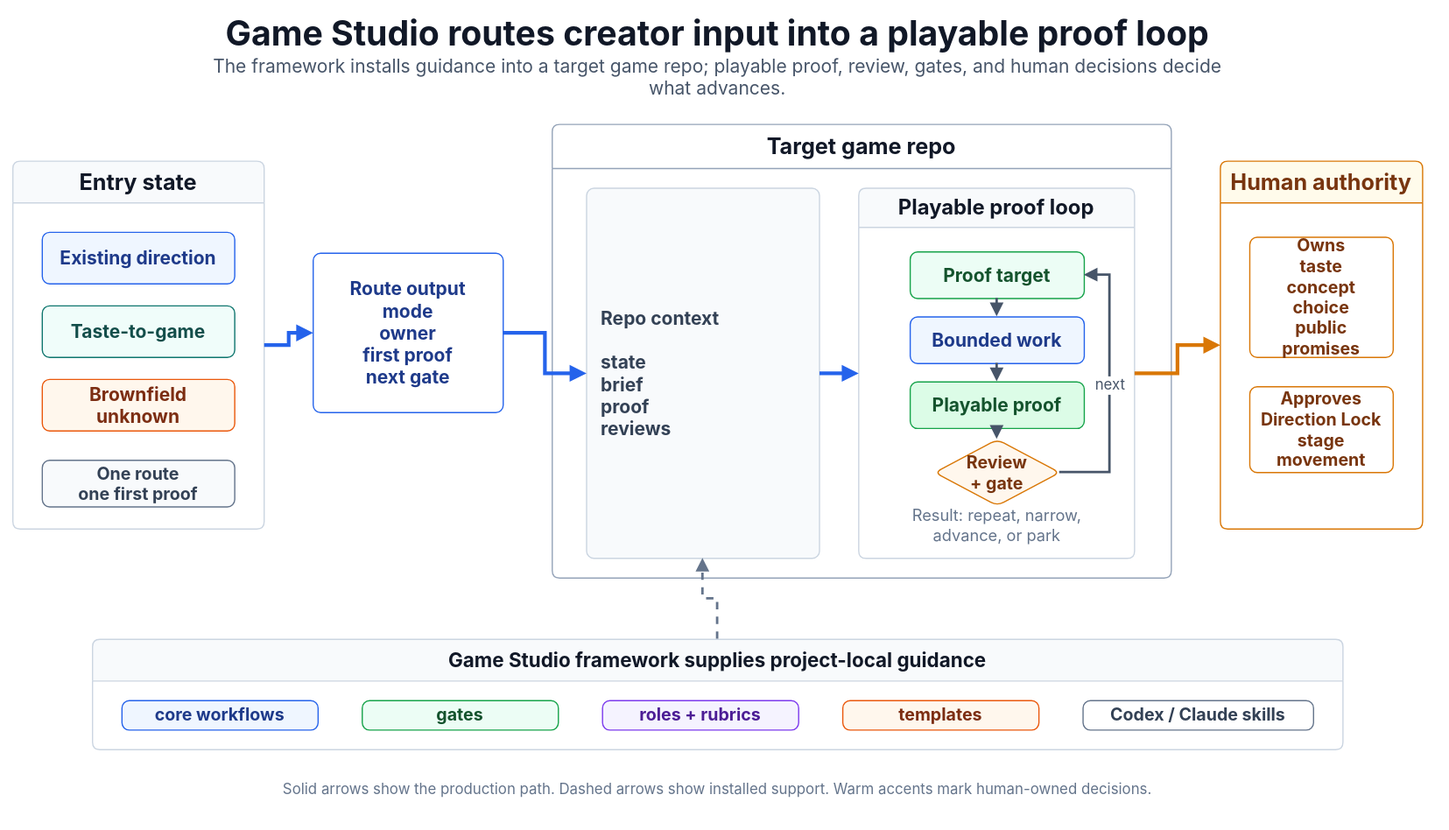
Before: docs/assets/game-studio-system-map.drawio.svg, a diagram exported from draw.io (gigio1023/game-studio). Source tidied: cells renumbered, new cells last; positions are measured from the earlier drawing's top-left corner, leaving out a move shared by most shapes.
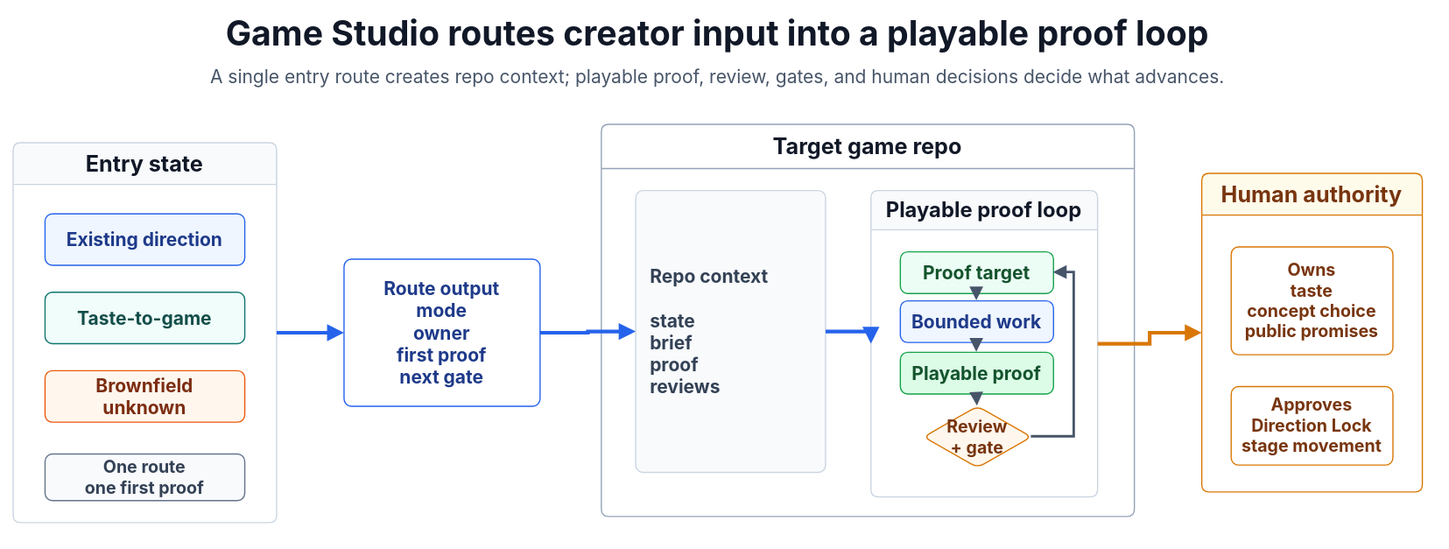
After the change.

Commit message:
docs: clean up system map routing

The edit, as a diff of the source:
```diff
@@ -5,112 +5,85 @@
     <mxCell id="2" value="Game Studio routes creator input into a playable proof loop" style="text;html=1;fontFamily=Inter,Helvetica,Arial;strokeColor=none;fillColor=none;align=center;verticalAlign=middle;whiteSpace=wrap;rounded=0;fontSize=28;fontStyle=1;fontColor=#111827;" parent="1" vertex="1">
       <mxGeometry x="35" width="1080" height="34" as="geometry" />
     </mxCell>
-    <mxCell id="3" value="The framework installs guidance into a target game repo; playable proof, review, gates, and human decisions decide what advances." style="text;html=1;fontFamily=Inter,Helvetica,Arial;strokeColor=none;fillColor=none;align=center;verticalAlign=middle;whiteSpace=wrap;rounded=0;fontSize=15;fontColor=#475569;" parent="1" vertex="1">
+    <mxCell id="3" value="A single entry route creates repo context; playable proof, review, gates, and human decisions decide what advances." style="text;html=1;fontFamily=Inter,Helvetica,Arial;strokeColor=none;fillColor=none;align=center;verticalAlign=middle;whiteSpace=wrap;rounded=0;fontSize=15;fontColor=#475569;" parent="1" vertex="1">
       <mxGeometry x="145" y="38" width="860" height="28" as="geometry" />
     </mxCell>
     <mxCell id="4" value="Entry state" style="swimlane;html=1;fontFamily=Inter,Helvetica,Arial;rounded=1;absoluteArcSize=1;arcSize=12;spacing=8;startSize=34;whiteSpace=wrap;fillColor=#F8FAFC;strokeColor=#CBD5E1;fontStyle=1;fontSize=18;fontColor=#111827;" parent="1" vertex="1">
-      <mxGeometry y="121" width="205" height="300" as="geometry" />
+      <mxGeometry y="106" width="215" height="310" as="geometry" />
     </mxCell>
-    <mxCell id="5" value="Existing direction" style="rounded=1;absoluteArcSize=1;arcSize=12;whiteSpace=wrap;html=1;fontFamily=Inter,Helvetica,Arial;spacing=8;fillColor=#EFF6FF;strokeColor=#2563EB;fontColor=#1E3A8A;fontSize=15;fontStyle=1;" parent="4" vertex="1">
-      <mxGeometry x="24" y="58" width="157" height="42" as="geometry" />
+    <mxCell id="5" value="Existing direction" style="rounded=1;absoluteArcSize=1;arcSize=12;whiteSpace=wrap;fontFamily=Inter,Helvetica,Arial;spacing=8;fillColor=#EFF6FF;strokeColor=#2563EB;fontColor=#1E3A8A;fontSize=15;fontStyle=1;html=1;" parent="4" vertex="1">
+      <mxGeometry x="26" y="58" width="163" height="42" as="geometry" />
     </mxCell>
-    <mxCell id="6" value="Taste-to-game" style="rounded=1;absoluteArcSize=1;arcSize=12;whiteSpace=wrap;html=1;fontFamily=Inter,Helvetica,Arial;spacing=8;fillColor=#F0FDFA;strokeColor=#0F766E;fontColor=#134E4A;fontSize=15;fontStyle=1;" parent="4" vertex="1">
-      <mxGeometry x="24" y="118" width="157" height="42" as="geometry" />
+    <mxCell id="6" value="Taste-to-game" style="rounded=1;absoluteArcSize=1;arcSize=12;whiteSpace=wrap;fontFamily=Inter,Helvetica,Arial;spacing=8;fillColor=#F0FDFA;strokeColor=#0F766E;fontColor=#134E4A;fontSize=15;fontStyle=1;html=1;" parent="4" vertex="1">
+      <mxGeometry x="26" y="122" width="163" height="42" as="geometry" />
     </mxCell>
-    <mxCell id="7" value="Brownfield unknown" style="rounded=1;absoluteArcSize=1;arcSize=12;whiteSpace=wrap;html=1;fontFamily=Inter,Helvetica,Arial;spacing=8;fillColor=#FFF7ED;strokeColor=#EA580C;fontColor=#7C2D12;fontSize=15;fontStyle=1;" parent="4" vertex="1">
-      <mxGeometry x="24" y="178" width="157" height="42" as="geometry" />
+    <mxCell id="7" value="Brownfield unknown" style="rounded=1;absoluteArcSize=1;arcSize=12;whiteSpace=wrap;fontFamily=Inter,Helvetica,Arial;spacing=8;fillColor=#FFF7ED;strokeColor=#EA580C;fontColor=#7C2D12;fontSize=15;fontStyle=1;html=1;" parent="4" vertex="1">
+      <mxGeometry x="26" y="186" width="163" height="42" as="geometry" />
     </mxCell>
-    <mxCell id="8" value="One route&#10;one first proof" style="rounded=1;absoluteArcSize=1;arcSize=12;whiteSpace=wrap;html=1;fontFamily=Inter,Helvetica,Arial;spacing=8;fillColor=#F8FAFC;strokeColor=#64748B;fontColor=#334155;fontSize=14;fontStyle=1;align=center;" parent="4" vertex="1">
-      <mxGeometry x="24" y="244" width="157" height="38" as="geometry" />
+    <mxCell id="8" value="One route&#10;one first proof" style="rounded=1;absoluteArcSize=1;arcSize=12;whiteSpace=wrap;fontFamily=Inter,Helvetica,Arial;spacing=8;fillColor=#F8FAFC;strokeColor=#64748B;fontColor=#334155;fontSize=14;fontStyle=1;align=center;html=1;" parent="4" vertex="1">
+      <mxGeometry x="26" y="254" width="163" height="38" as="geometry" />
     </mxCell>
-    <mxCell id="9" value="Route output&#10;mode&#10;owner&#10;first proof&#10;next gate" style="rounded=1;absoluteArcSize=1;arcSize=12;whiteSpace=wrap;html=1;fontFamily=Inter,Helvetica,Arial;spacing=10;fillColor=#FFFFFF;strokeColor=#2563EB;fontColor=#1E3A8A;fontSize=15;fontStyle=1;align=center;verticalAlign=middle;" parent="1" vertex="1">
-      <mxGeometry x="245" y="196" width="155" height="130" as="geometry" />
+    <mxCell id="9" value="Route output&#10;mode&#10;owner&#10;first proof&#10;next gate" style="rounded=1;absoluteArcSize=1;arcSize=12;whiteSpace=wrap;fontFamily=Inter,Helvetica,Arial;spacing=10;fillColor=#FFFFFF;strokeColor=#2563EB;fontColor=#1E3A8A;fontSize=15;fontStyle=1;align=center;verticalAlign=middle;html=1;" parent="1" vertex="1">
+      <mxGeometry x="270" y="201" width="160" height="120" as="geometry" />
     </mxCell>
     <mxCell id="10" value="Target game repo" style="swimlane;html=1;fontFamily=Inter,Helvetica,Arial;rounded=1;absoluteArcSize=1;arcSize=12;spacing=8;startSize=36;whiteSpace=wrap;fillColor=#FFFFFF;strokeColor=#94A3B8;fontStyle=1;fontSize=18;fontColor=#111827;" parent="1" vertex="1">
-      <mxGeometry x="440" y="91" width="505" height="370" as="geometry" />
+      <mxGeometry x="480" y="91" width="435" height="320" as="geometry" />
     </mxCell>
-    <mxCell id="11" value="Repo context&#10;&#10;state&#10;brief&#10;proof&#10;reviews" style="rounded=1;absoluteArcSize=1;arcSize=12;whiteSpace=wrap;html=1;fontFamily=Inter,Helvetica,Arial;spacing=12;fillColor=#F8FAFC;strokeColor=#CBD5E1;fontColor=#334155;fontSize=15;align=left;verticalAlign=middle;fontStyle=1;" parent="10" vertex="1">
-      <mxGeometry x="28" y="52" width="190" height="302" as="geometry" />
+    <mxCell id="11" value="Repo context&#10;&#10;state&#10;brief&#10;proof&#10;reviews" style="rounded=1;absoluteArcSize=1;arcSize=12;whiteSpace=wrap;fontFamily=Inter,Helvetica,Arial;spacing=12;fillColor=#F8FAFC;strokeColor=#CBD5E1;fontColor=#334155;fontSize=15;align=left;verticalAlign=middle;fontStyle=1;html=1;" parent="10" vertex="1">
+      <mxGeometry x="28" y="54" width="155" height="230" as="geometry" />
     </mxCell>
     <mxCell id="12" value="Playable proof loop" style="swimlane;html=1;fontFamily=Inter,Helvetica,Arial;rounded=1;absoluteArcSize=1;arcSize=12;spacing=8;startSize=32;whiteSpace=wrap;fillColor=#F8FAFC;strokeColor=#CBD5E1;fontStyle=1;fontSize=17;fontColor=#111827;" parent="10" vertex="1">
-      <mxGeometry x="250" y="52" width="225" height="302" as="geometry" />
+      <mxGeometry x="220" y="54" width="185" height="250" as="geometry" />
     </mxCell>
-    <mxCell id="13" value="Proof target" style="rounded=1;absoluteArcSize=1;arcSize=12;whiteSpace=wrap;html=1;fontFamily=Inter,Helvetica,Arial;spacing=8;fillColor=#ECFDF5;strokeColor=#16A34A;fontColor=#14532D;fontSize=15;fontStyle=1;align=center;" parent="12" vertex="1">
-      <mxGeometry x="42" y="52" width="142" height="38" as="geometry" />
+    <mxCell id="13" value="Proof target" style="rounded=1;absoluteArcSize=1;arcSize=12;whiteSpace=wrap;fontFamily=Inter,Helvetica,Arial;spacing=8;fillColor=#ECFDF5;strokeColor=#16A34A;fontColor=#14532D;fontSize=15;fontStyle=1;align=center;html=1;" parent="12" vertex="1">
+      <mxGeometry x="24" y="50" width="125" height="34" as="geometry" />
     </mxCell>
-    <mxCell id="14" value="Bounded work" style="rounded=1;absoluteArcSize=1;arcSize=12;whiteSpace=wrap;html=1;fontFamily=Inter,Helvetica,Arial;spacing=8;fillColor=#EFF6FF;strokeColor=#2563EB;fontColor=#1E3A8A;fontSize=15;fontStyle=1;align=center;" parent="12" vertex="1">
-      <mxGeometry x="42" y="105" width="142" height="38" as="geometry" />
+    <mxCell id="14" value="Bounded work" style="rounded=1;absoluteArcSize=1;arcSize=12;whiteSpace=wrap;fontFamily=Inter,Helvetica,Arial;spacing=8;fillColor=#EFF6FF;strokeColor=#2563EB;fontColor=#1E3A8A;fontSize=15;fontStyle=1;align=center;html=1;" parent="12" vertex="1">
+      <mxGeometry x="24" y="90" width="125" height="34" as="geometry" />
     </mxCell>
-    <mxCell id="15" value="Playable proof" style="rounded=1;absoluteArcSize=1;arcSize=12;whiteSpace=wrap;html=1;fontFamily=Inter,Helvetica,Arial;spacing=8;fillColor=#DCFCE7;strokeColor=#16A34A;fontColor=#14532D;fontSize=15;fontStyle=1;align=center;" parent="12" vertex="1">
-      <mxGeometry x="42" y="158" width="142" height="38" as="geometry" />
+    <mxCell id="15" value="Playable proof" style="rounded=1;absoluteArcSize=1;arcSize=12;whiteSpace=wrap;fontFamily=Inter,Helvetica,Arial;spacing=8;fillColor=#DCFCE7;strokeColor=#16A34A;fontColor=#14532D;fontSize=15;fontStyle=1;align=center;html=1;" parent="12" vertex="1">
+      <mxGeometry x="24" y="132" width="125" height="34" as="geometry" />
     </mxCell>
-    <mxCell id="16" value="Review&#10;+ gate" style="rhombus;rounded=1;absoluteArcSize=1;arcSize=12;whiteSpace=wrap;html=1;fontFamily=Inter,Helvetica,Arial;spacing=8;fillColor=#FFF7ED;strokeColor=#D97706;fontColor=#78350F;fontSize=14;fontStyle=1;align=center;" parent="12" vertex="1">
-      <mxGeometry x="62" y="205" width="102" height="54" as="geometry" />
+    <mxCell id="16" value="Review&#10;+ gate" style="rhombus;rounded=1;absoluteArcSize=1;arcSize=12;whiteSpace=wrap;fontFamily=Inter,Helvetica,Arial;spacing=8;fillColor=#FFF7ED;strokeColor=#D97706;fontColor=#78350F;fontSize=14;fontStyle=1;align=center;html=1;" parent="12" vertex="1">
+      <mxGeometry x="43" y="176" width="88" height="50" as="geometry" />
     </mxCell>
-    <mxCell id="17" value="Result: repeat, narrow, advance, or park" style="text;html=1;fontFamily=Inter,Helvetica,Arial;strokeColor=none;fillColor=none;align=center;verticalAlign=middle;whiteSpace=wrap;rounded=0;fontSize=13;fontColor=#64748B;" parent="12" vertex="1">
-      <mxGeometry x="26" y="266" width="174" height="18" as="geometry" />
-    </mxCell>
-    <mxCell id="18" style="edgeStyle=orthogonalEdgeStyle;rounded=0;jettySize=auto;html=1;fontFamily=Inter,Helvetica,Arial;strokeColor=#475569;strokeWidth=2;endArrow=block;endFill=1;exitX=0.5;exitY=1;entryX=0.5;entryY=0;" parent="12" edge="1" source="13" target="14">
+    <mxCell id="18" style="edgeStyle=orthogonalEdgeStyle;rounded=0;jettySize=auto;fontFamily=Inter,Helvetica,Arial;strokeColor=#475569;strokeWidth=2;endArrow=block;endFill=1;exitX=0.5;exitY=1;entryX=0.5;entryY=0;html=1;" parent="12" edge="1" source="13" target="14">
       <mxGeometry relative="1" as="geometry" />
     </mxCell>
-    <mxCell id="19" style="edgeStyle=orthogonalEdgeStyle;rounded=0;jettySize=auto;html=1;fontFamily=Inter,Helvetica,Arial;strokeColor=#475569;strokeWidth=2;endArrow=block;endFill=1;exitX=0.5;exitY=1;entryX=0.5;entryY=0;" parent="12" edge="1" source="14" target="15">
+    <mxCell id="19" style="edgeStyle=orthogonalEdgeStyle;rounded=0;jettySize=auto;fontFamily=Inter,Helvetica,Arial;strokeColor=#475569;strokeWidth=2;endArrow=block;endFill=1;exitX=0.5;exitY=1;entryX=0.5;entryY=0;html=1;" parent="12" edge="1" source="14" target="15">
       <mxGeometry relative="1" as="geometry" />
     </mxCell>
-    <mxCell id="20" style="edgeStyle=orthogonalEdgeStyle;rounded=0;jettySize=auto;html=1;fontFamily=Inter,Helvetica,Arial;strokeColor=#475569;strokeWidth=2;endArrow=block;endFill=1;exitX=0.5;exitY=1;entryX=0.5;entryY=0;" parent="12" edge="1" source="15" target="16">
+    <mxCell id="20" style="edgeStyle=orthogonalEdgeStyle;rounded=0;jettySize=auto;fontFamily=Inter,Helvetica,Arial;strokeColor=#475569;strokeWidth=2;endArrow=block;endFill=1;exitX=0.5;exitY=1;entryX=0.5;entryY=0;html=1;" parent="12" edge="1" source="15" target="16">
       <mxGeometry relative="1" as="geometry" />
     </mxCell>
-    <mxCell id="21" value="next" style="edgeStyle=orthogonalEdgeStyle;rounded=0;jettySize=auto;html=1;fontFamily=Inter,Helvetica,Arial;strokeColor=#475569;strokeWidth=2;fontColor=#475569;fontSize=12;endArrow=block;endFill=1;exitX=1;exitY=0.5;entryX=1;entryY=0.5;" parent="12" edge="1" source="16" target="13">
+    <mxCell id="21" style="edgeStyle=orthogonalEdgeStyle;rounded=0;jettySize=auto;fontFamily=Inter,Helvetica,Arial;strokeColor=#475569;strokeWidth=2;fontColor=#475569;fontSize=12;endArrow=block;endFill=1;exitX=1;exitY=0.5;entryX=1;entryY=0.5;html=1;" parent="12" edge="1" source="16" target="13">
       <mxGeometry relative="1" as="geometry">
         <Array as="points">
-          <mxPoint x="205" y="232" />
-          <mxPoint x="205" y="71" />
+          <mxPoint x="166" y="201" />
+          <mxPoint x="166" y="67" />
         </Array>
       </mxGeometry>
     </mxCell>
-    <mxCell id="22" style="edgeStyle=orthogonalEdgeStyle;rounded=0;jettySize=auto;html=1;fontFamily=Inter,Helvetica,Arial;strokeColor=#2563EB;strokeWidth=3;fontColor=#1D4ED8;fontSize=13;endArrow=block;endFill=1;" parent="10" edge="1" source="11" target="12">
+    <mxCell id="22" style="edgeStyle=orthogonalEdgeStyle;rounded=0;jettySize=auto;fontFamily=Inter,Helvetica,Arial;strokeColor=#2563EB;strokeWidth=3;fontColor=#1D4ED8;fontSize=13;endArrow=block;endFill=1;exitX=1;exitY=0.5;entryX=0;entryY=0.5;html=1;" parent="10" edge="1" source="11" target="12">
       <mxGeometry relative="1" as="geometry" />
     </mxCell>
     <mxCell id="23" value="Human authority" style="swimlane;html=1;fontFamily=Inter,Helvetica,Arial;rounded=1;absoluteArcSize=1;arcSize=12;spacing=8;startSize=34;whiteSpace=wrap;fillColor=#FFFBEB;strokeColor=#D97706;fontStyle=1;fontSize=18;fontColor=#78350F;" parent="1" vertex="1">
-      <mxGeometry x="985" y="121" width="165" height="300" as="geometry" />
+      <mxGeometry x="970" y="131" width="180" height="260" as="geometry" />
     </mxCell>
-    <mxCell id="24" value="Owns&#10;taste&#10;concept choice&#10;public promises" style="rounded=1;absoluteArcSize=1;arcSize=12;whiteSpace=wrap;html=1;fontFamily=Inter,Helvetica,Arial;spacing=8;fillColor=#FFFFFF;strokeColor=#D97706;fontColor=#78350F;fontSize=14;fontStyle=1;align=center;" parent="23" vertex="1">
-      <mxGeometry x="24" y="62" width="117" height="98" as="geometry" />
+    <mxCell id="24" value="Owns&#10;taste&#10;concept choice&#10;public promises" style="rounded=1;absoluteArcSize=1;arcSize=12;whiteSpace=wrap;fontFamily=Inter,Helvetica,Arial;spacing=8;fillColor=#FFFFFF;strokeColor=#D97706;fontColor=#78350F;fontSize=14;fontStyle=1;align=center;html=1;" parent="23" vertex="1">
+      <mxGeometry x="24" y="60" width="132" height="88" as="geometry" />
     </mxCell>
-    <mxCell id="25" value="Approves&#10;Direction Lock&#10;stage movement" style="rounded=1;absoluteArcSize=1;arcSize=12;whiteSpace=wrap;html=1;fontFamily=Inter,Helvetica,Arial;spacing=8;fillColor=#FFFFFF;strokeColor=#D97706;fontColor=#78350F;fontSize=14;fontStyle=1;align=center;" parent="23" vertex="1">
-      <mxGeometry x="24" y="184" width="117" height="70" as="geometry" />
+    <mxCell id="25" value="Approves&#10;Direction Lock&#10;stage movement" style="rounded=1;absoluteArcSize=1;arcSize=12;whiteSpace=wrap;fontFamily=Inter,Helvetica,Arial;spacing=8;fillColor=#FFFFFF;strokeColor=#D97706;fontColor=#78350F;fontSize=14;fontStyle=1;align=center;html=1;" parent="23" vertex="1">
+      <mxGeometry x="24" y="174" width="132" height="64" as="geometry" />
     </mxCell>
-    <mxCell id="26" value="Game Studio framework supplies project-local guidance" style="swimlane;html=1;fontFamily=Inter,Helvetica,Arial;rounded=1;absoluteArcSize=1;arcSize=12;spacing=8;startSize=34;whiteSpace=wrap;fillColor=#F8FAFC;strokeColor=#CBD5E1;fontStyle=1;fontSize=16;fontColor=#111827;" parent="1" vertex="1">
-      <mxGeometry x="65" y="511" width="1020" height="90" as="geometry" />
-    </mxCell>
-    <mxCell id="27" value="core workflows" style="rounded=1;absoluteArcSize=1;arcSize=12;whiteSpace=wrap;html=1;fontFamily=Inter,Helvetica,Arial;spacing=8;fillColor=#EFF6FF;strokeColor=#2563EB;fontColor=#1E3A8A;fontSize=14;fontStyle=1;align=center;" parent="26" vertex="1">
-      <mxGeometry x="24" y="50" width="160" height="24" as="geometry" />
-    </mxCell>
-    <mxCell id="28" value="gates" style="rounded=1;absoluteArcSize=1;arcSize=12;whiteSpace=wrap;html=1;fontFamily=Inter,Helvetica,Arial;spacing=8;fillColor=#ECFDF5;strokeColor=#16A34A;fontColor=#14532D;fontSize=14;fontStyle=1;align=center;" parent="26" vertex="1">
-      <mxGeometry x="220" y="50" width="160" height="24" as="geometry" />
-    </mxCell>
-    <mxCell id="29" value="roles + rubrics" style="rounded=1;absoluteArcSize=1;arcSize=12;whiteSpace=wrap;html=1;fontFamily=Inter,Helvetica,Arial;spacing=8;fillColor=#F5F3FF;strokeColor=#7C3AED;fontColor=#4C1D95;fontSize=14;fontStyle=1;align=center;" parent="26" vertex="1">
-      <mxGeometry x="416" y="50" width="160" height="24" as="geometry" />
-    </mxCell>
-    <mxCell id="30" value="templates" style="rounded=1;absoluteArcSize=1;arcSize=12;whiteSpace=wrap;html=1;fontFamily=Inter,Helvetica,Arial;spacing=8;fillColor=#FFF7ED;strokeColor=#EA580C;fontColor=#7C2D12;fontSize=14;fontStyle=1;align=center;" parent="26" vertex="1">
-      <mxGeometry x="612" y="50" width="160" height="24" as="geometry" />
-    </mxCell>
-    <mxCell id="31" value="Codex / Claude skills" style="rounded=1;absoluteArcSize=1;arcSize=12;whiteSpace=wrap;html=1;fontFamily=Inter,Helvetica,Arial;spacing=8;fillColor=#FFFFFF;strokeColor=#64748B;fontColor=#334155;fontSize=14;fontStyle=1;align=center;" parent="26" vertex="1">
-      <mxGeometry x="808" y="50" width="188" height="24" as="geometry" />
-    </mxCell>
-    <mxCell id="32" value="Solid arrows show the production path. Dashed arrows show installed support. Warm accents mark human-owned decisions." style="text;html=1;fontFamily=Inter,Helvetica,Arial;strokeColor=none;fillColor=none;align=center;verticalAlign=middle;whiteSpace=wrap;rounded=0;fontSize=12;fontColor=#64748B;" parent="1" vertex="1">
-      <mxGeometry x="190" y="622" width="770" height="24" as="geometry" />
-    </mxCell>
-    <mxCell id="33" style="edgeStyle=orthogonalEdgeStyle;rounded=0;jettySize=auto;html=1;fontFamily=Inter,Helvetica,Arial;strokeColor=#2563EB;strokeWidth=3;fontColor=#1D4ED8;fontSize=13;endArrow=block;endFill=1;" parent="1" edge="1" source="4" target="9">
+    <mxCell id="33" style="edgeStyle=orthogonalEdgeStyle;rounded=0;jettySize=auto;fontFamily=Inter,Helvetica,Arial;strokeColor=#2563EB;strokeWidth=3;fontColor=#1D4ED8;fontSize=13;endArrow=block;endFill=1;exitX=1;exitY=0.5;entryX=0;entryY=0.5;html=1;" parent="1" edge="1" source="4" target="9">
       <mxGeometry relative="1" as="geometry" />
     </mxCell>
-    <mxCell id="34" style="edgeStyle=orthogonalEdgeStyle;rounded=0;jettySize=auto;html=1;fontFamily=Inter,Helvetica,Arial;strokeColor=#2563EB;strokeWidth=3;fontColor=#1D4ED8;fontSize=13;endArrow=block;endFill=1;" parent="1" edge="1" source="9" target="11">
+    <mxCell id="34" style="edgeStyle=orthogonalEdgeStyle;rounded=0;jettySize=auto;fontFamily=Inter,Helvetica,Arial;strokeColor=#2563EB;strokeWidth=3;fontColor=#1D4ED8;fontSize=13;endArrow=block;endFill=1;exitX=1;exitY=0.5;entryX=0;entryY=0.5;html=1;" parent="1" edge="1" source="9" target="11">
       <mxGeometry relative="1" as="geometry" />
     </mxCell>
-    <mxCell id="35" style="edgeStyle=orthogonalEdgeStyle;rounded=0;jettySize=auto;html=1;fontFamily=Inter,Helvetica,Arial;strokeColor=#D97706;strokeWidth=3;fontColor=#92400E;fontSize=13;endArrow=block;endFill=1;" parent="1" edge="1" source="12" target="23">
+    <mxCell id="35" style="edgeStyle=orthogonalEdgeStyle;rounded=0;jettySize=auto;fontFamily=Inter,Helvetica,Arial;strokeColor=#D97706;strokeWidth=3;fontColor=#92400E;fontSize=13;endArrow=block;endFill=1;exitX=1;exitY=0.5;entryX=0;entryY=0.5;html=1;" parent="1" edge="1" source="12" target="23">
       <mxGeometry relative="1" as="geometry" />
     </mxCell>
-    <mxCell id="36" style="edgeStyle=orthogonalEdgeStyle;rounded=0;jettySize=auto;html=1;fontFamily=Inter,Helvetica,Arial;strokeColor=#64748B;strokeWidth=2;fontColor=#475569;fontSize=11;endArrow=block;endFill=1;dashed=1;" parent="1" edge="1" source="26" target="11">
-      <mxGeometry relative="1" as="geometry" />
-    </mxCell>
   </root>
 </mxGraphModel>
```
